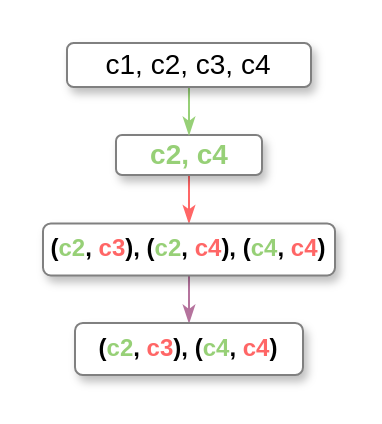
This is 1cc.drawio from zhoucz97/paper_figure, a draw.io file, before an edit. Source tidied: cells renumbered, new cells numbered last; positions are measured from the earlier drawing's top-left corner, leaving out a move shared by most shapes. Both pictures are drawn from the tidied source at 200%, with x=0, y=0 at pixel (42, 42).
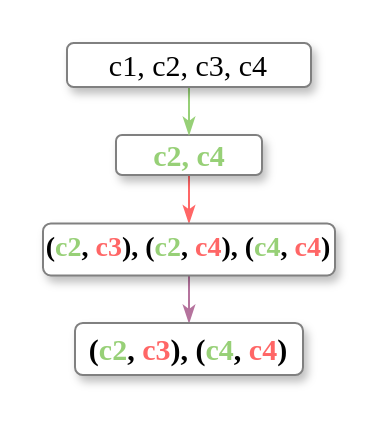
Above is the later version.

Change to the diagram source:
```diff
@@
 <mxGraphModel>
   <root>
     <mxCell id="0" />
     <mxCell id="1" parent="0" />
     <mxCell id="2" style="edgeStyle=orthogonalEdgeStyle;rounded=0;jettySize=auto;html=1;entryX=0.5;entryY=0;entryDx=0;entryDy=0;strokeColor=#FF6666;endArrow=classicThin;endFill=1;" parent="1" edge="1" source="3" target="7">
       <mxGeometry relative="1" as="geometry" />
     </mxCell>
-    <mxCell id="3" value="&lt;font style=&quot;font-size: 14px&quot; color=&quot;#97d077&quot;&gt;&lt;b&gt;c2, c4&lt;/b&gt;&lt;/font&gt;" style="rounded=1;whiteSpace=wrap;html=1;strokeWidth=1;sketch=0;glass=0;shadow=1;strokeColor=#808080;" parent="1" vertex="1">
+    <mxCell id="3" value="&lt;font color=&quot;#97d077&quot; face=&quot;Times New Roman&quot; size=&quot;1&quot;&gt;&lt;b style=&quot;font-size: 15px&quot;&gt;c2, c4&lt;/b&gt;&lt;/font&gt;" style="rounded=1;whiteSpace=wrap;html=1;strokeWidth=1;sketch=0;glass=0;shadow=1;strokeColor=#808080;" parent="1" vertex="1">
       <mxGeometry x="36.5" y="46" width="73" height="20" as="geometry" />
     </mxCell>
     <mxCell id="4" style="edgeStyle=orthogonalEdgeStyle;rounded=0;jettySize=auto;html=1;strokeColor=#97D077;endArrow=classicThin;endFill=1;" parent="1" edge="1" source="5" target="3">
       <mxGeometry relative="1" as="geometry" />
     </mxCell>
-    <mxCell id="5" value="&lt;font style=&quot;font-size: 14px&quot;&gt;c1, c2, c3, c4&lt;/font&gt;" style="rounded=1;whiteSpace=wrap;html=1;strokeWidth=1;perimeterSpacing=0;shadow=1;sketch=0;glass=0;strokeColor=#808080;" parent="1" vertex="1">
+    <mxCell id="5" value="&lt;font style=&quot;font-size: 15px&quot; face=&quot;Times New Roman&quot;&gt;c1, c2, c3, c4&lt;/font&gt;" style="rounded=1;whiteSpace=wrap;html=1;strokeWidth=1;perimeterSpacing=0;shadow=1;sketch=0;glass=0;strokeColor=#808080;" parent="1" vertex="1">
       <mxGeometry x="12" width="122" height="22" as="geometry" />
     </mxCell>
     <mxCell id="6" style="edgeStyle=orthogonalEdgeStyle;rounded=0;jettySize=auto;html=1;strokeColor=#B5739D;endArrow=classicThin;endFill=1;" parent="1" edge="1" source="7" target="8">
       <mxGeometry relative="1" as="geometry" />
     </mxCell>
-    <mxCell id="7" value="&lt;font style=&quot;font-size: 12px&quot;&gt;&lt;b&gt;(&lt;font color=&quot;#97d077&quot;&gt;c2&lt;/font&gt;, &lt;font color=&quot;#ff6666&quot;&gt;c3&lt;/font&gt;), (&lt;font color=&quot;#97d077&quot;&gt;c2&lt;/font&gt;, &lt;font color=&quot;#ff6666&quot;&gt;c4&lt;/font&gt;), (&lt;font color=&quot;#97d077&quot;&gt;c4&lt;/font&gt;, &lt;font color=&quot;#ff6666&quot;&gt;c4&lt;/font&gt;)&lt;/b&gt;&lt;/font&gt;" style="rounded=1;whiteSpace=wrap;html=1;strokeWidth=1;sketch=0;shadow=1;strokeColor=#808080;" parent="1" vertex="1">
+    <mxCell id="7" value="&lt;font style=&quot;font-size: 14px&quot; face=&quot;Times New Roman&quot;&gt;&lt;b&gt;(&lt;font color=&quot;#97d077&quot; style=&quot;font-size: 14px&quot;&gt;c2&lt;/font&gt;, &lt;font color=&quot;#ff6666&quot; style=&quot;font-size: 14px&quot;&gt;c3&lt;/font&gt;), (&lt;font color=&quot;#97d077&quot; style=&quot;font-size: 14px&quot;&gt;c2&lt;/font&gt;, &lt;font color=&quot;#ff6666&quot; style=&quot;font-size: 14px&quot;&gt;c4&lt;/font&gt;), (&lt;font color=&quot;#97d077&quot; style=&quot;font-size: 14px&quot;&gt;c4&lt;/font&gt;, &lt;font color=&quot;#ff6666&quot; style=&quot;font-size: 14px&quot;&gt;c4&lt;/font&gt;)&lt;/b&gt;&lt;/font&gt;" style="rounded=1;whiteSpace=wrap;html=1;strokeWidth=1;sketch=0;shadow=1;strokeColor=#808080;" parent="1" vertex="1">
       <mxGeometry y="90.2" width="146" height="26" as="geometry" />
     </mxCell>
-    <mxCell id="8" value="&lt;font style=&quot;font-size: 12px&quot;&gt;&lt;b&gt;(&lt;font color=&quot;#97d077&quot;&gt;c2&lt;/font&gt;, &lt;font color=&quot;#ff6666&quot;&gt;c3&lt;/font&gt;), (&lt;font color=&quot;#97d077&quot;&gt;c4&lt;/font&gt;, &lt;font color=&quot;#ff6666&quot;&gt;c4&lt;/font&gt;)&lt;/b&gt;&lt;/font&gt;" style="rounded=1;whiteSpace=wrap;html=1;strokeWidth=1;sketch=0;shadow=1;strokeColor=#808080;" parent="1" vertex="1">
+    <mxCell id="8" value="&lt;font style=&quot;font-size: 15px&quot; face=&quot;Times New Roman&quot;&gt;&lt;b&gt;(&lt;font color=&quot;#97d077&quot; style=&quot;font-size: 15px&quot;&gt;c2&lt;/font&gt;, &lt;font color=&quot;#ff6666&quot; style=&quot;font-size: 15px&quot;&gt;c3&lt;/font&gt;), (&lt;font color=&quot;#97d077&quot; style=&quot;font-size: 15px&quot;&gt;c4&lt;/font&gt;, &lt;font color=&quot;#ff6666&quot; style=&quot;font-size: 15px&quot;&gt;c4&lt;/font&gt;)&lt;/b&gt;&lt;/font&gt;" style="rounded=1;whiteSpace=wrap;html=1;strokeWidth=1;sketch=0;shadow=1;strokeColor=#808080;" parent="1" vertex="1">
       <mxGeometry x="16" y="140" width="114" height="26" as="geometry" />
     </mxCell>
   </root>
 </mxGraphModel>
```
